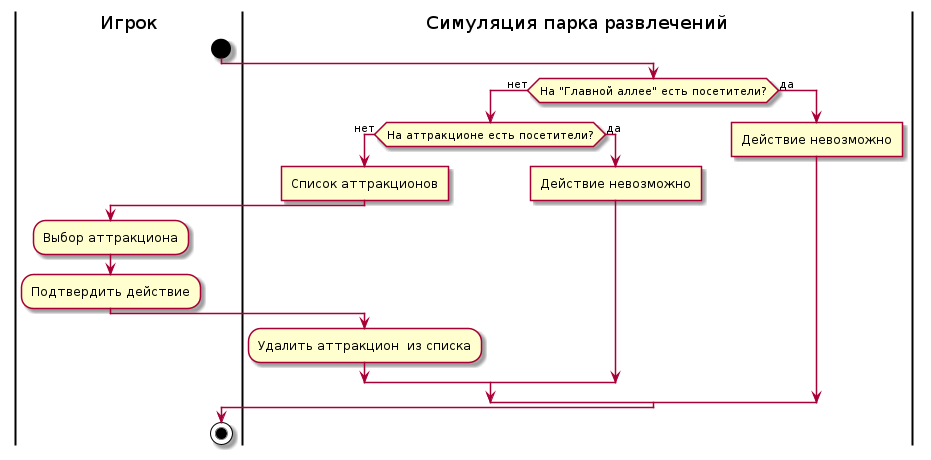
Before: description/images/delete-attraction-activity-diagram.png, a diagram exported from PlantUML (mzhirko/amusement-park).
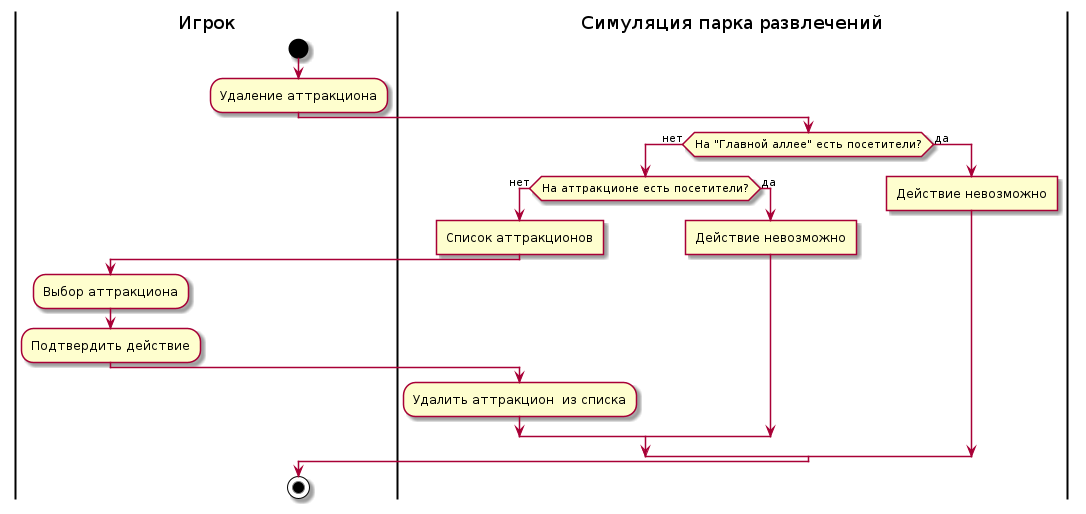
Above is the later version.

Commit message:
Edit activity diagrams

Change to the diagram source:
```diff
@@ -2,6 +2,7 @@
 skinparam ConditionEndStyle hline
 |Игрок|
 start
+:Удаление аттракциона;
 |Симуляция парка развлечений|
 if (На "Главной аллее" есть посетители?) then (нет)
 if (На аттракционе есть посетители?) then (нет)
@@ -19,5 +20,4 @@
 |Игрок|
 endif
 stop
-
 @enduml
```
